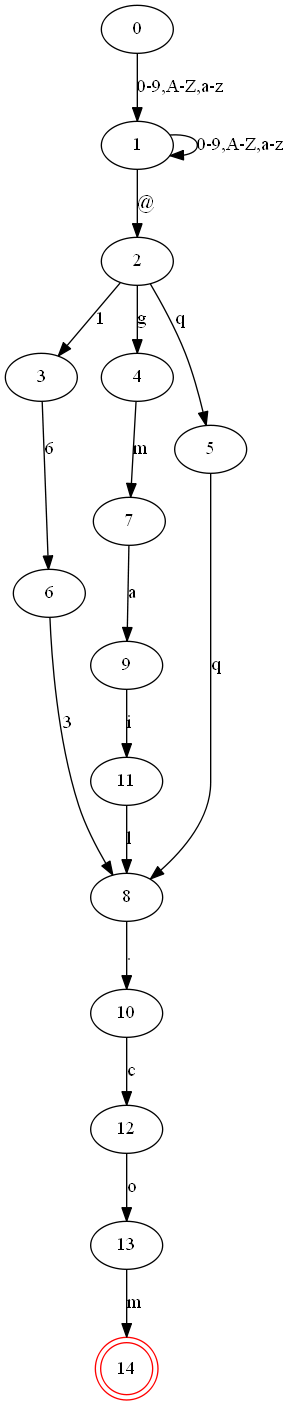
This is image/test_mindfa.png from JameyWoo/re2graph, a Graphviz export, as it was before one commit. Its source is kept beside it as tmp/test_mindfa.dot.
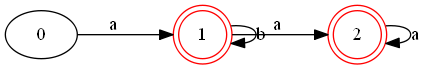
The same file after the commit.

Change to the diagram source:
```diff
@@ -1,34 +1,9 @@
 digraph {
 	0 [label="0"]
-	1 [label="1"]
-	2 [label="2"]
-	3 [label="3"]
-	4 [label="4"]
-	5 [label="5"]
-	6 [label="6"]
-	7 [label="7"]
-	8 [label="8"]
-	9 [label="9"]
-	10 [label="10"]
-	11 [label="11"]
-	12 [label="12"]
-	13 [label="13"]
-	14 [label="14" color=red shape=doublecircle]
-	0 -> 1 [label="0-9,A-Z,a-z"]
-	1 -> 1 [label="0-9,A-Z,a-z"]
-	1 -> 2 [label="@"]
-	2 -> 3 [label="1"]
-	2 -> 4 [label="g"]
-	2 -> 5 [label="q"]
-	3 -> 6 [label="6"]
-	4 -> 7 [label="m"]
-	5 -> 8 [label="q"]
-	6 -> 8 [label="3"]
-	7 -> 9 [label="a"]
-	8 -> 10 [label="."]
-	9 -> 11 [label="i"]
-	10 -> 12 [label="c"]
-	11 -> 8 [label="l"]
-	12 -> 13 [label="o"]
-	13 -> 14 [label="m"]
+	1 [label="1" color=red shape=doublecircle]
+	2 [label="2" color=red shape=doublecircle]
+	0 -> 1 [label="a"]
+	1 -> 1 [label="b"]
+	1 -> 2 [label="a"]
+	2 -> 2 [label="a"]
 }
```
